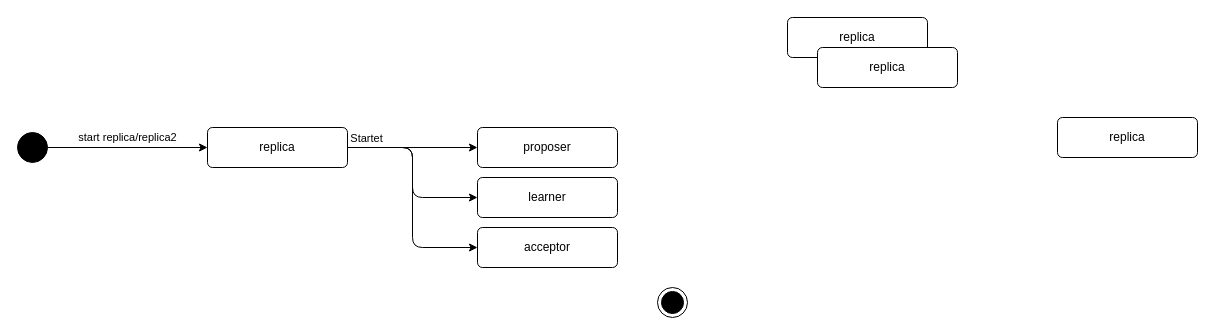
AnonyMIkus/sciascid-libpaxos-d255f8b67a32 keeps this draw.io diagram as Dokumente/Diagramme/Gedankenstütze/Ablauf.drawio. Above is the earlier version. Source tidied: cells renumbered, new cells numbered last; positions are measured from the earlier drawing's top-left corner, leaving out a move shared by most shapes. Both pictures are drawn from the tidied source at 100%, with x=0, y=0 at pixel (17, 17).
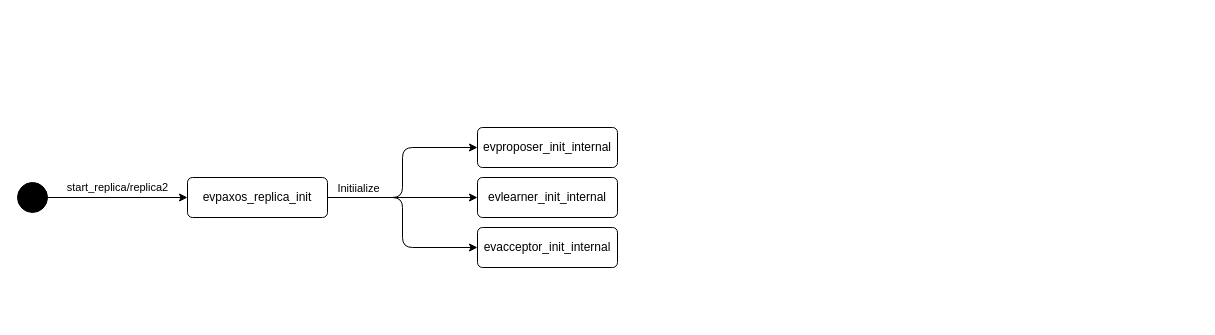
Above is the later version.

Diff of the diagram source:
```diff
@@
 <mxGraphModel>
   <root>
     <mxCell id="0" />
     <mxCell id="1" parent="0" />
     <mxCell id="2" style="ellipse;fillColor=strokeColor;html=1;" parent="1" vertex="1">
-      <mxGeometry y="115" width="30" height="30" as="geometry" />
+      <mxGeometry y="165" width="30" height="30" as="geometry" />
     </mxCell>
-    <mxCell id="3" style="ellipse;html=1;shape=endState;fillColor=strokeColor;" parent="1" vertex="1">
-      <mxGeometry x="640" y="270" width="30" height="30" as="geometry" />
-    </mxCell>
-    <mxCell id="4" value="replica" style="html=1;align=center;verticalAlign=middle;rounded=1;absoluteArcSize=1;arcSize=10;dashed=0;whiteSpace=wrap;" parent="1" vertex="1">
-      <mxGeometry x="190" y="110" width="140" height="40" as="geometry" />
+    <mxCell id="4" value="evpaxos_replica_init" style="html=1;align=center;verticalAlign=middle;rounded=1;absoluteArcSize=1;arcSize=10;dashed=0;whiteSpace=wrap;" parent="1" vertex="1">
+      <mxGeometry x="170" y="160" width="140" height="40" as="geometry" />
     </mxCell>
-    <mxCell id="5" value="start replica/replica2" style="endArrow=classic;html=1;rounded=0;exitX=1;exitY=0.5;exitDx=0;exitDy=0;entryX=0;entryY=0.5;entryDx=0;entryDy=0;" parent="1" edge="1" source="2" target="4">
+    <mxCell id="5" value="start_replica/replica2" style="endArrow=classic;html=1;rounded=0;exitX=1;exitY=0.5;exitDx=0;exitDy=0;entryX=0;entryY=0.5;entryDx=0;entryDy=0;" parent="1" edge="1" source="2" target="4">
       <mxGeometry y="10" relative="1" as="geometry" />
     </mxCell>
-    <mxCell id="6" value="acceptor" style="html=1;align=center;verticalAlign=middle;rounded=1;absoluteArcSize=1;arcSize=10;dashed=0;whiteSpace=wrap;" parent="1" vertex="1">
+    <mxCell id="6" value="evacceptor_init_internal" style="html=1;align=center;verticalAlign=middle;rounded=1;absoluteArcSize=1;arcSize=10;dashed=0;whiteSpace=wrap;" parent="1" vertex="1">
       <mxGeometry x="460" y="210" width="140" height="40" as="geometry" />
     </mxCell>
-    <mxCell id="7" value="replica" style="html=1;align=center;verticalAlign=middle;rounded=1;absoluteArcSize=1;arcSize=10;dashed=0;whiteSpace=wrap;" parent="1" vertex="1">
-      <mxGeometry x="770" width="140" height="40" as="geometry" />
-    </mxCell>
-    <mxCell id="8" value="proposer" style="html=1;align=center;verticalAlign=middle;rounded=1;absoluteArcSize=1;arcSize=10;dashed=0;whiteSpace=wrap;" parent="1" vertex="1">
+    <mxCell id="8" value="evproposer_init_internal" style="html=1;align=center;verticalAlign=middle;rounded=1;absoluteArcSize=1;arcSize=10;dashed=0;whiteSpace=wrap;" parent="1" vertex="1">
       <mxGeometry x="460" y="110" width="140" height="40" as="geometry" />
     </mxCell>
-    <mxCell id="9" value="learner" style="html=1;align=center;verticalAlign=middle;rounded=1;absoluteArcSize=1;arcSize=10;dashed=0;whiteSpace=wrap;" parent="1" vertex="1">
+    <mxCell id="9" value="evlearner_init_internal" style="html=1;align=center;verticalAlign=middle;rounded=1;absoluteArcSize=1;arcSize=10;dashed=0;whiteSpace=wrap;" parent="1" vertex="1">
       <mxGeometry x="460" y="160" width="140" height="40" as="geometry" />
     </mxCell>
-    <mxCell id="10" value="replica" style="html=1;align=center;verticalAlign=middle;rounded=1;absoluteArcSize=1;arcSize=10;dashed=0;whiteSpace=wrap;" parent="1" vertex="1">
-      <mxGeometry x="800" y="30" width="140" height="40" as="geometry" />
-    </mxCell>
-    <mxCell id="11" value="replica" style="html=1;align=center;verticalAlign=middle;rounded=1;absoluteArcSize=1;arcSize=10;dashed=0;whiteSpace=wrap;" parent="1" vertex="1">
-      <mxGeometry x="1040" y="100" width="140" height="40" as="geometry" />
-    </mxCell>
-    <mxCell id="12" style="endArrow=classic;html=1;rounded=0;exitX=1;exitY=0.5;exitDx=0;exitDy=0;entryX=0;entryY=0.5;entryDx=0;entryDy=0;" parent="1" edge="1" source="4" target="8">
-      <mxGeometry relative="1" as="geometry" />
+    <mxCell id="12" style="endArrow=classic;html=1;rounded=1;exitX=1;exitY=0.5;exitDx=0;exitDy=0;entryX=0;entryY=0.5;entryDx=0;entryDy=0;edgeStyle=orthogonalEdgeStyle;" parent="1" edge="1" source="4" target="8">
+      <mxGeometry relative="1" as="geometry">
+        <Array as="points">
+          <mxPoint x="385" y="180" />
+          <mxPoint x="385" y="130" />
+        </Array>
+      </mxGeometry>
     </mxCell>
     <mxCell id="13" style="endArrow=classic;html=1;rounded=1;exitX=1;exitY=0.5;exitDx=0;exitDy=0;entryX=0;entryY=0.5;entryDx=0;entryDy=0;edgeStyle=orthogonalEdgeStyle;" parent="1" edge="1" source="4" target="9">
       <mxGeometry relative="1" as="geometry" />
     </mxCell>
     <mxCell id="14" style="endArrow=classic;html=1;rounded=1;exitX=1;exitY=0.5;exitDx=0;exitDy=0;entryX=0;entryY=0.5;entryDx=0;entryDy=0;edgeStyle=orthogonalEdgeStyle;" parent="1" edge="1" source="4" target="6">
       <mxGeometry relative="1" as="geometry" />
     </mxCell>
-    <mxCell id="15" value="Startet" style="edgeLabel;html=1;align=center;verticalAlign=middle;" parent="14" vertex="1">
+    <mxCell id="15" value="Initiialize" style="edgeLabel;html=1;align=center;verticalAlign=middle;" parent="14" vertex="1">
       <mxGeometry x="-0.84" y="-1" relative="1" as="geometry">
-        <mxPoint y="-11" as="offset" />
+        <mxPoint x="14" y="-11" as="offset" />
       </mxGeometry>
     </mxCell>
   </root>
 </mxGraphModel>
```
